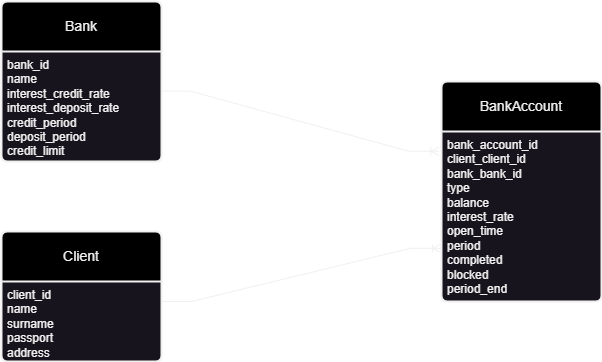
Before: docs/ER-diagram.png, a diagram exported from draw.io (perovg/banking-system). Source tidied: cells renumbered, new cells last; positions are measured from the earlier drawing's top-left corner, leaving out a move shared by most shapes.
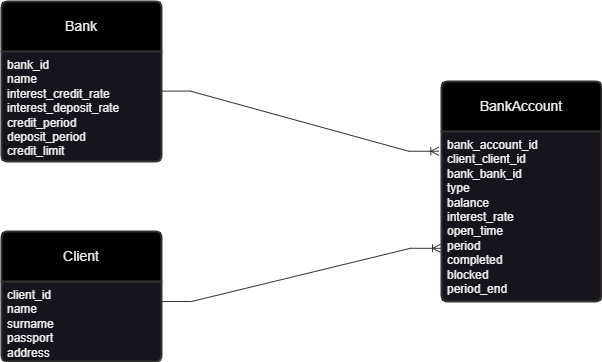
After the change.

Commit message:
ER-diagram change color

Change to the diagram source:
```diff
@@ -2,25 +2,25 @@
   <root>
     <mxCell id="0" />
     <mxCell id="1" parent="0" />
-    <mxCell id="2" style="edgeStyle=entityRelationEdgeStyle;fontSize=12;html=1;endArrow=ERoneToMany;rounded=0;entryX=-0.017;entryY=0.317;entryDx=0;entryDy=0;exitX=0.993;exitY=0.36;exitDx=0;exitDy=0;entryPerimeter=0;exitPerimeter=0;labelBackgroundColor=none;fontColor=default;" parent="1" edge="1" source="5" target="8">
+    <mxCell id="2" style="edgeStyle=entityRelationEdgeStyle;fontSize=12;html=1;endArrow=ERoneToMany;rounded=0;entryX=-0.017;entryY=0.317;entryDx=0;entryDy=0;exitX=0.993;exitY=0.36;exitDx=0;exitDy=0;entryPerimeter=0;exitPerimeter=0;labelBackgroundColor=none;fontColor=default;strokeColor=#333333;" parent="1" edge="1" source="5" target="8">
       <mxGeometry relative="1" as="geometry" />
     </mxCell>
-    <mxCell id="3" style="edgeStyle=entityRelationEdgeStyle;fontSize=12;html=1;endArrow=ERoneToMany;rounded=0;entryX=-0.006;entryY=0.687;entryDx=0;entryDy=0;exitX=1;exitY=0.25;exitDx=0;exitDy=0;entryPerimeter=0;labelBackgroundColor=none;fontColor=default;" parent="1" edge="1" source="7" target="9">
+    <mxCell id="3" style="edgeStyle=entityRelationEdgeStyle;fontSize=12;html=1;endArrow=ERoneToMany;rounded=0;entryX=-0.006;entryY=0.687;entryDx=0;entryDy=0;exitX=1;exitY=0.25;exitDx=0;exitDy=0;entryPerimeter=0;labelBackgroundColor=none;fontColor=default;strokeColor=#333333;" parent="1" edge="1" source="7" target="9">
       <mxGeometry relative="1" as="geometry" />
     </mxCell>
-    <mxCell id="4" value="Bank" style="swimlane;horizontal=1;startSize=50;rounded=1;fontSize=14;fontStyle=0;strokeWidth=2;shadow=0;dashed=0;align=center;arcSize=4;whiteSpace=wrap;html=1;labelBackgroundColor=none;swimlaneFillColor=default;fillColor=#000000;" parent="1" vertex="1">
+    <mxCell id="4" value="Bank" style="swimlane;horizontal=1;startSize=50;rounded=1;fontSize=14;fontStyle=0;strokeWidth=2;shadow=0;dashed=0;align=center;arcSize=4;whiteSpace=wrap;html=1;labelBackgroundColor=none;swimlaneFillColor=default;fillColor=#000000;strokeColor=#333333;" parent="1" vertex="1">
       <mxGeometry width="160" height="160" as="geometry" />
     </mxCell>
     <mxCell id="5" value="bank_id&lt;div&gt;name&lt;/div&gt;&lt;div&gt;interest_credit_rate&lt;/div&gt;&lt;div&gt;interest_deposit_rate&lt;/div&gt;&lt;div&gt;credit_period&lt;/div&gt;&lt;div&gt;deposit_period&lt;/div&gt;&lt;div&gt;credit_limit&lt;br&gt;&lt;div&gt;&lt;br&gt;&lt;/div&gt;&lt;/div&gt;" style="align=left;strokeColor=none;fillColor=none;spacingLeft=4;fontSize=12;verticalAlign=top;html=1;labelBackgroundColor=none;" parent="4" vertex="1">
       <mxGeometry y="50" width="160" height="110" as="geometry" />
     </mxCell>
-    <mxCell id="6" value="Client" style="swimlane;horizontal=1;startSize=50;rounded=1;fontSize=14;fontStyle=0;strokeWidth=2;shadow=0;dashed=0;align=center;arcSize=4;whiteSpace=wrap;html=1;labelBackgroundColor=none;swimlaneFillColor=default;fillColor=#000000;" parent="1" vertex="1">
+    <mxCell id="6" value="Client" style="swimlane;horizontal=1;startSize=50;rounded=1;fontSize=14;fontStyle=0;strokeWidth=2;shadow=0;dashed=0;align=center;arcSize=4;whiteSpace=wrap;html=1;labelBackgroundColor=none;swimlaneFillColor=default;strokeColor=#333333;fillColor=#000000;" parent="1" vertex="1">
       <mxGeometry y="230" width="160" height="130" as="geometry" />
     </mxCell>
     <mxCell id="7" value="client_id&lt;div&gt;name&lt;/div&gt;&lt;div&gt;surname&lt;/div&gt;&lt;div&gt;passport&lt;/div&gt;&lt;div&gt;address&lt;/div&gt;" style="align=left;strokeColor=none;fillColor=none;spacingLeft=4;fontSize=12;verticalAlign=top;html=1;labelBackgroundColor=none;" parent="6" vertex="1">
       <mxGeometry y="50" width="160" height="80" as="geometry" />
     </mxCell>
-    <mxCell id="8" value="BankAccount" style="swimlane;horizontal=1;startSize=50;rounded=1;fontSize=14;fontStyle=0;strokeWidth=2;shadow=0;dashed=0;align=center;arcSize=4;whiteSpace=wrap;html=1;labelBackgroundColor=none;swimlaneFillColor=default;fillColor=#000000;" parent="1" vertex="1">
+    <mxCell id="8" value="BankAccount" style="swimlane;horizontal=1;startSize=50;rounded=1;fontSize=14;fontStyle=0;strokeWidth=2;shadow=0;dashed=0;align=center;arcSize=4;whiteSpace=wrap;html=1;labelBackgroundColor=none;swimlaneFillColor=default;fillColor=#000000;strokeColor=#333333;" parent="1" vertex="1">
       <mxGeometry x="440" y="80" width="160" height="220" as="geometry" />
     </mxCell>
     <mxCell id="9" value="bank_account_id&lt;div&gt;client_client_id&lt;/div&gt;&lt;div&gt;bank_bank_id&lt;/div&gt;&lt;div&gt;type&lt;/div&gt;&lt;div&gt;balance&lt;/div&gt;&lt;div&gt;interest_rate&lt;/div&gt;&lt;div&gt;open_time&lt;/div&gt;&lt;div&gt;period&lt;/div&gt;&lt;div&gt;completed&lt;/div&gt;&lt;div&gt;blocked&lt;/div&gt;&lt;div&gt;period_end&lt;/div&gt;&lt;div&gt;&lt;br&gt;&lt;/div&gt;" style="align=left;strokeColor=none;fillColor=none;spacingLeft=4;fontSize=12;verticalAlign=top;html=1;labelBackgroundColor=none;" parent="8" vertex="1">
```
